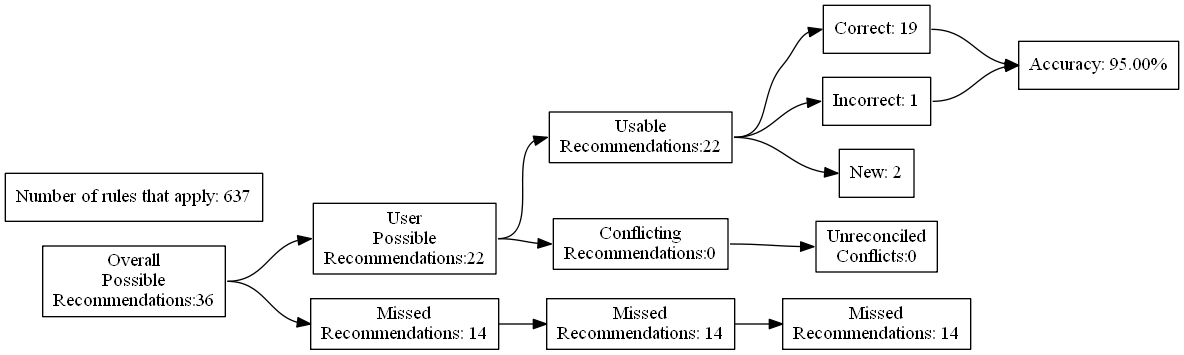
The Graphviz diagram test_renders/13.gv.png in ZaxR/ibd_diet_analysis, before a commit. Its source is kept beside it as test_renders/13.gv.
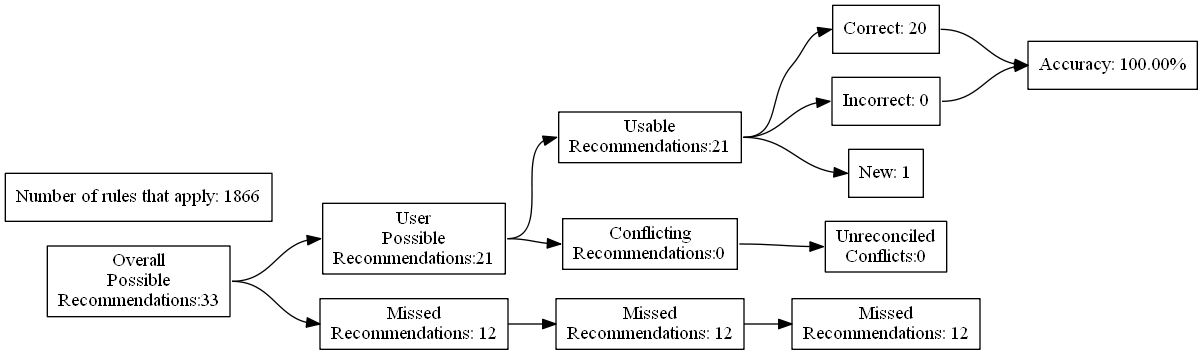
Above is the later version.

What changed in the source:
```diff
@@ -4,27 +4,27 @@
 	edge [headport=w tailport=e]
 		A [label="Overall
 Possible
-Recommendations:36"]
+Recommendations:33"]
 		B [label="User
 Possible
-Recommendations:22"]
+Recommendations:21"]
 		C [label="Missed
-Recommendations: 14"]
+Recommendations: 12"]
 		D [label="Usable
-Recommendations:22"]
+Recommendations:21"]
 		E [label="Conflicting
 Recommendations:0"]
 		J [label="Missed
-Recommendations: 14"]
+Recommendations: 12"]
 		M [label="Unreconciled
 Conflicts:0"]
-		F [label="Correct: 19"]
-		G [label="Incorrect: 1"]
-		H [label="New: 2"]
+		F [label="Correct: 20"]
+		G [label="Incorrect: 0"]
+		H [label="New: 1"]
 		K [label="Missed
-Recommendations: 14"]
-		I [label="Accuracy: 95.00%"]
-		l [label="Number of rules that apply: 637"]
+Recommendations: 12"]
+		I [label="Accuracy: 100.00%"]
+		l [label="Number of rules that apply: 1866"]
 			A -> B
 			A -> C
 			B -> D
```
